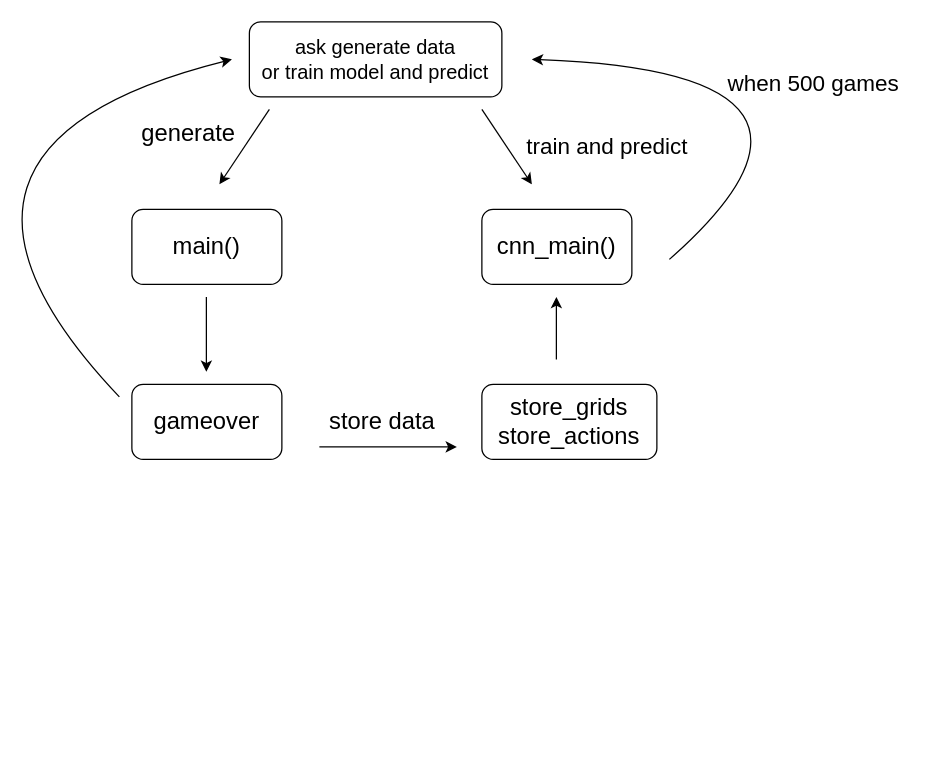
youngtuotuo/Deep-Q-Learning-Tetris keeps this draw.io diagram as cnn_tetris_algorithm.drawio. Above is the earlier version. Source tidied: cells renumbered, new cells numbered last; positions are measured from the earlier drawing's top-left corner, leaving out a move shared by most shapes. Both pictures are drawn from the tidied source at 125%, with x=0, y=0 at pixel (-119, 21).
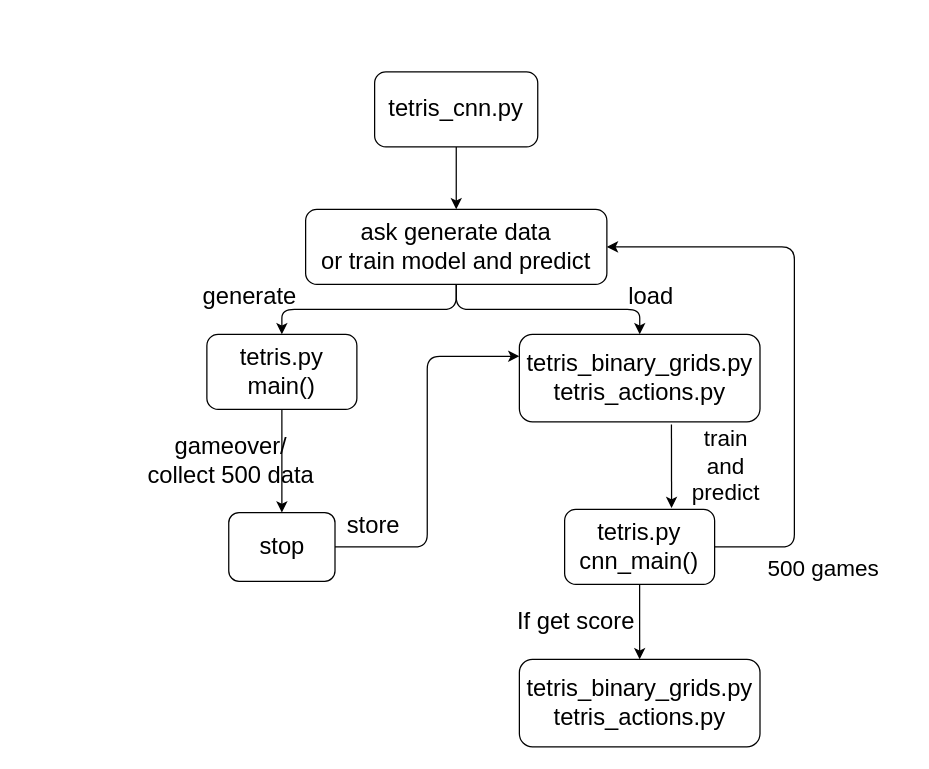
After the change.

Diff of the diagram source:
```diff
@@
+    <mxCell id="18" style="edgeStyle=orthogonalEdgeStyle;rounded=1;jettySize=auto;html=1;" parent="1" edge="1" source="2" target="7">
+      <mxGeometry relative="1" as="geometry" />
+    </mxCell>
+    <mxCell id="19" style="edgeStyle=orthogonalEdgeStyle;rounded=1;jettySize=auto;html=1;" parent="1" edge="1" source="2" target="10">
+      <mxGeometry relative="1" as="geometry" />
+    </mxCell>
-    <mxCell id="2" value="&lt;font style=&quot;font-size: 16px&quot;&gt;ask generate data&lt;br&gt;or train model and predict&lt;/font&gt;" style="rounded=1;whiteSpace=wrap;html=1;" parent="1" vertex="1">
-      <mxGeometry x="294" width="202" height="60" as="geometry" />
+    <mxCell id="2" value="&lt;font style=&quot;font-size: 19px&quot;&gt;ask generate data&lt;br&gt;or train model and predict&lt;/font&gt;" style="rounded=1;whiteSpace=wrap;html=1;" parent="1" vertex="1">
+      <mxGeometry x="339" y="150" width="241" height="60" as="geometry" />
     </mxCell>
-    <mxCell id="3" style="endArrow=classic;html=1;" parent="1" edge="1">
-      <mxGeometry relative="1" as="geometry">
-        <mxPoint x="310" y="70" as="sourcePoint" />
-        <mxPoint x="270" y="130" as="targetPoint" />
-      </mxGeometry>
-    </mxCell>
-    <mxCell id="4" style="endArrow=classic;html=1;" parent="1" edge="1">
-      <mxGeometry relative="1" as="geometry">
-        <mxPoint x="480" y="70" as="sourcePoint" />
-        <mxPoint x="520" y="130" as="targetPoint" />
-      </mxGeometry>
-    </mxCell>
     <mxCell id="5" value="&lt;font style=&quot;font-size: 19px&quot;&gt;generate&lt;/font&gt;" style="text;html=1;align=center;verticalAlign=middle;fillColor=none;strokeColor=none;rounded=0;" parent="1" vertex="1">
-      <mxGeometry x="200" y="80" width="90" height="20" as="geometry" />
+      <mxGeometry x="249" y="210" width="90" height="20" as="geometry" />
     </mxCell>
-    <mxCell id="6" value="&lt;font style=&quot;font-size: 18px&quot;&gt;train and predict&lt;/font&gt;" style="text;html=1;align=center;verticalAlign=middle;fillColor=none;strokeColor=none;rounded=0;" parent="1" vertex="1">
-      <mxGeometry x="510" y="90" width="140" height="20" as="geometry" />
+    <mxCell id="6" value="&lt;font style=&quot;font-size: 18px&quot;&gt;train &lt;br&gt;and &lt;br&gt;predict&lt;/font&gt;" style="text;html=1;align=center;verticalAlign=middle;fillColor=none;strokeColor=none;rounded=0;" parent="1" vertex="1">
+      <mxGeometry x="640" y="331" width="70" height="50" as="geometry" />
     </mxCell>
+    <mxCell id="20" style="edgeStyle=orthogonalEdgeStyle;rounded=1;jettySize=auto;html=1;entryX=0.5;entryY=0;entryDx=0;entryDy=0;" parent="1" edge="1" source="7" target="9">
+      <mxGeometry relative="1" as="geometry" />
+    </mxCell>
-    <mxCell id="7" value="&lt;font style=&quot;font-size: 19px&quot;&gt;main()&lt;/font&gt;" style="rounded=1;whiteSpace=wrap;html=1;" parent="1" vertex="1">
-      <mxGeometry x="200" y="150" width="120" height="60" as="geometry" />
+    <mxCell id="7" value="&lt;font style=&quot;font-size: 19px&quot;&gt;tetris.py&lt;br&gt;main()&lt;/font&gt;" style="rounded=1;whiteSpace=wrap;html=1;" parent="1" vertex="1">
+      <mxGeometry x="260" y="250" width="120" height="60" as="geometry" />
     </mxCell>
-    <mxCell id="8" style="endArrow=classic;html=1;" parent="1" edge="1">
-      <mxGeometry relative="1" as="geometry">
-        <mxPoint x="259.6" y="220" as="sourcePoint" />
-        <mxPoint x="259.6" y="280" as="targetPoint" />
-      </mxGeometry>
-    </mxCell>
+    <mxCell id="21" style="edgeStyle=orthogonalEdgeStyle;rounded=1;jettySize=auto;html=1;entryX=0;entryY=0.25;entryDx=0;entryDy=0;" parent="1" edge="1" source="9" target="10">
+      <mxGeometry relative="1" as="geometry" />
+    </mxCell>
-    <mxCell id="9" value="&lt;font style=&quot;font-size: 19px&quot;&gt;gameover&lt;/font&gt;" style="rounded=1;whiteSpace=wrap;html=1;" parent="1" vertex="1">
-      <mxGeometry x="200" y="290" width="120" height="60" as="geometry" />
+    <mxCell id="9" value="&lt;font style=&quot;font-size: 19px&quot;&gt;stop&lt;br&gt;&lt;/font&gt;" style="rounded=1;whiteSpace=wrap;html=1;" parent="1" vertex="1">
+      <mxGeometry x="277.5" y="392.5" width="85" height="55" as="geometry" />
     </mxCell>
-    <mxCell id="10" value="&lt;font style=&quot;font-size: 19px&quot;&gt;store_grids&lt;br&gt;store_actions&lt;/font&gt;" style="rounded=1;whiteSpace=wrap;html=1;" parent="1" vertex="1">
-      <mxGeometry x="480" y="290" width="140" height="60" as="geometry" />
+    <mxCell id="10" value="&lt;font style=&quot;font-size: 19px&quot;&gt;tetris_binary_grids.py&lt;br&gt;tetris_actions.py&lt;br&gt;&lt;/font&gt;" style="rounded=1;whiteSpace=wrap;html=1;" parent="1" vertex="1">
+      <mxGeometry x="510" y="250" width="192.5" height="70" as="geometry" />
     </mxCell>
-    <mxCell id="11" style="endArrow=classic;html=1;" parent="1" edge="1">
-      <mxGeometry relative="1" as="geometry">
-        <mxPoint x="350" y="340" as="sourcePoint" />
-        <mxPoint x="460" y="340" as="targetPoint" />
-      </mxGeometry>
-    </mxCell>
-    <mxCell id="12" value="&lt;font style=&quot;font-size: 19px&quot;&gt;store data&lt;/font&gt;" style="text;html=1;align=center;verticalAlign=middle;fillColor=none;strokeColor=none;rounded=0;" parent="1" vertex="1">
-      <mxGeometry x="350" y="310" width="100" height="20" as="geometry" />
+    <mxCell id="12" value="&lt;font style=&quot;font-size: 19px&quot;&gt;store&lt;/font&gt;" style="text;html=1;align=center;verticalAlign=middle;fillColor=none;strokeColor=none;rounded=0;" parent="1" vertex="1">
+      <mxGeometry x="362.5" y="392.5" width="60" height="20" as="geometry" />
     </mxCell>
-    <mxCell id="13" style="curved=1;endArrow=classic;html=1;" parent="1" edge="1">
-      <mxGeometry relative="1" as="geometry">
-        <mxPoint x="190" y="300" as="sourcePoint" />
-        <mxPoint x="280" y="30" as="targetPoint" />
-        <Array as="points">
-          <mxPoint y="100" />
-        </Array>
-      </mxGeometry>
-    </mxCell>
+    <mxCell id="22" style="edgeStyle=orthogonalEdgeStyle;rounded=1;jettySize=auto;html=1;entryX=1;entryY=0.5;entryDx=0;entryDy=0;" parent="1" edge="1" source="14" target="2">
+      <mxGeometry relative="1" as="geometry">
+        <Array as="points">
+          <mxPoint x="730" y="420" />
+          <mxPoint x="730" y="180" />
+        </Array>
+      </mxGeometry>
+    </mxCell>
+    <mxCell id="23" style="edgeStyle=orthogonalEdgeStyle;rounded=1;jettySize=auto;html=1;entryX=0.5;entryY=0;entryDx=0;entryDy=0;" parent="1" edge="1" source="14" target="30">
+      <mxGeometry relative="1" as="geometry" />
+    </mxCell>
-    <mxCell id="14" value="&lt;font style=&quot;font-size: 19px&quot;&gt;cnn_main()&lt;/font&gt;" style="rounded=1;whiteSpace=wrap;html=1;" parent="1" vertex="1">
-      <mxGeometry x="480" y="150" width="120" height="60" as="geometry" />
+    <mxCell id="14" value="&lt;font style=&quot;font-size: 19px&quot;&gt;tetris.py&lt;br&gt;cnn_main()&lt;/font&gt;" style="rounded=1;whiteSpace=wrap;html=1;" parent="1" vertex="1">
+      <mxGeometry x="546.2" y="390" width="120" height="60" as="geometry" />
     </mxCell>
-    <mxCell id="15" style="endArrow=classic;html=1;" parent="1" edge="1">
-      <mxGeometry relative="1" as="geometry">
-        <mxPoint x="539.6" y="270" as="sourcePoint" />
-        <mxPoint x="539.6" y="220" as="targetPoint" />
-      </mxGeometry>
-    </mxCell>
-    <mxCell id="16" value="&lt;font style=&quot;font-size: 18px&quot;&gt;when 500 games&lt;/font&gt;" style="text;html=1;align=center;verticalAlign=middle;fillColor=none;strokeColor=none;rounded=0;" parent="1" vertex="1">
-      <mxGeometry x="670" y="40" width="150" height="20" as="geometry" />
+    <mxCell id="16" value="&lt;font style=&quot;font-size: 18px&quot;&gt;500 games&lt;/font&gt;" style="text;html=1;align=center;verticalAlign=middle;fillColor=none;strokeColor=none;rounded=0;" parent="1" vertex="1">
+      <mxGeometry x="702.5" y="427.5" width="100" height="20" as="geometry" />
     </mxCell>
-    <mxCell id="17" style="curved=1;endArrow=classic;html=1;" parent="1" edge="1">
-      <mxGeometry relative="1" as="geometry">
-        <mxPoint x="630" y="190" as="sourcePoint" />
-        <mxPoint x="520" y="30" as="targetPoint" />
-        <Array as="points">
-          <mxPoint x="800" y="40" />
-        </Array>
-      </mxGeometry>
-    </mxCell>
+    <mxCell id="24" style="edgeStyle=orthogonalEdgeStyle;rounded=1;jettySize=auto;html=1;entryX=0.5;entryY=0;entryDx=0;entryDy=0;" parent="1" edge="1" source="25" target="2">
+      <mxGeometry relative="1" as="geometry" />
+    </mxCell>
+    <mxCell id="25" value="&lt;font style=&quot;font-size: 19px&quot;&gt;tetris_cnn.py&lt;/font&gt;" style="rounded=1;whiteSpace=wrap;html=1;" parent="1" vertex="1">
+      <mxGeometry x="394.2" y="40" width="130.5" height="60" as="geometry" />
+    </mxCell>
+    <mxCell id="26" value="&lt;font style=&quot;font-size: 19px&quot;&gt;load&lt;/font&gt;" style="text;html=1;align=center;verticalAlign=middle;fillColor=none;strokeColor=none;rounded=0;" parent="1" vertex="1">
+      <mxGeometry x="590" y="210" width="50" height="20" as="geometry" />
+    </mxCell>
+    <mxCell id="27" value="&lt;span style=&quot;font-size: 19px&quot;&gt;gameover/&lt;/span&gt;&lt;br style=&quot;font-size: 19px&quot;&gt;&lt;span style=&quot;font-size: 19px&quot;&gt;collect 500 data&lt;/span&gt;" style="text;html=1;align=center;verticalAlign=middle;fillColor=none;strokeColor=none;rounded=0;" parent="1" vertex="1">
+      <mxGeometry x="204" y="331" width="150" height="40" as="geometry" />
+    </mxCell>
+    <mxCell id="28" value="&lt;font style=&quot;font-size: 19px&quot;&gt;If get score&lt;br&gt;&lt;/font&gt;" style="text;html=1;align=center;verticalAlign=middle;fillColor=none;strokeColor=none;rounded=0;" parent="1" vertex="1">
+      <mxGeometry x="500" y="470" width="110" height="20" as="geometry" />
+    </mxCell>
+    <mxCell id="29" style="endArrow=classic;html=1;exitX=0.632;exitY=1.029;exitDx=0;exitDy=0;exitPerimeter=0;entryX=0.713;entryY=-0.017;entryDx=0;entryDy=0;entryPerimeter=0;" parent="1" edge="1" source="10" target="14">
+      <mxGeometry relative="1" as="geometry" />
+    </mxCell>
+    <mxCell id="30" value="&lt;font style=&quot;font-size: 19px&quot;&gt;tetris_binary_grids.py&lt;br&gt;tetris_actions.py&lt;br&gt;&lt;/font&gt;" style="rounded=1;whiteSpace=wrap;html=1;" parent="1" vertex="1">
+      <mxGeometry x="510" y="510" width="192.5" height="70" as="geometry" />
+    </mxCell>
```
